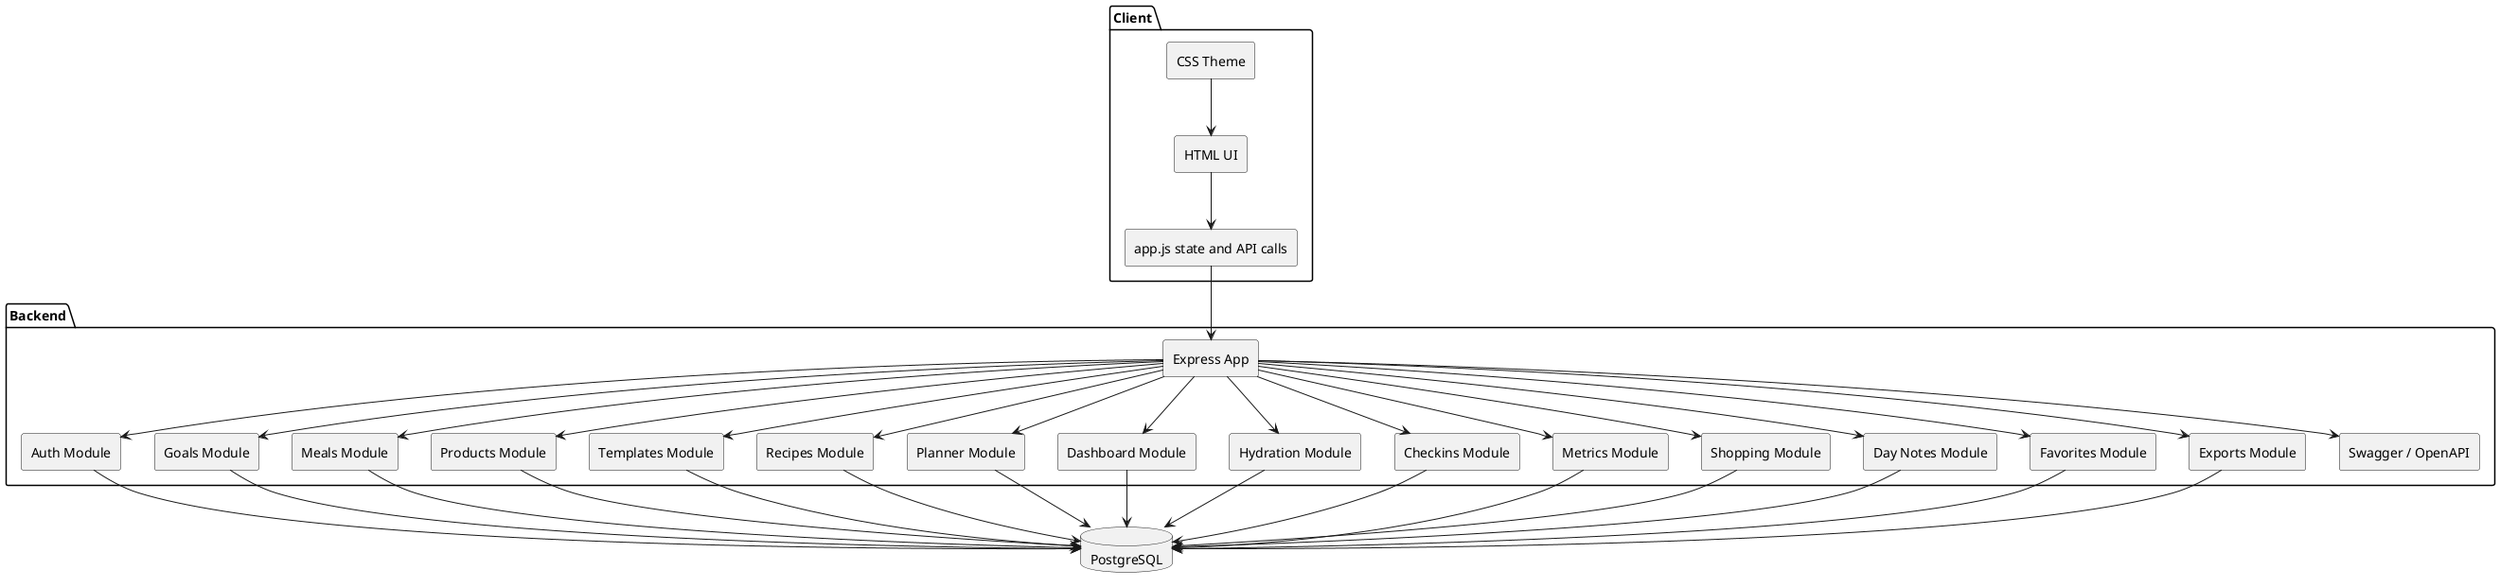
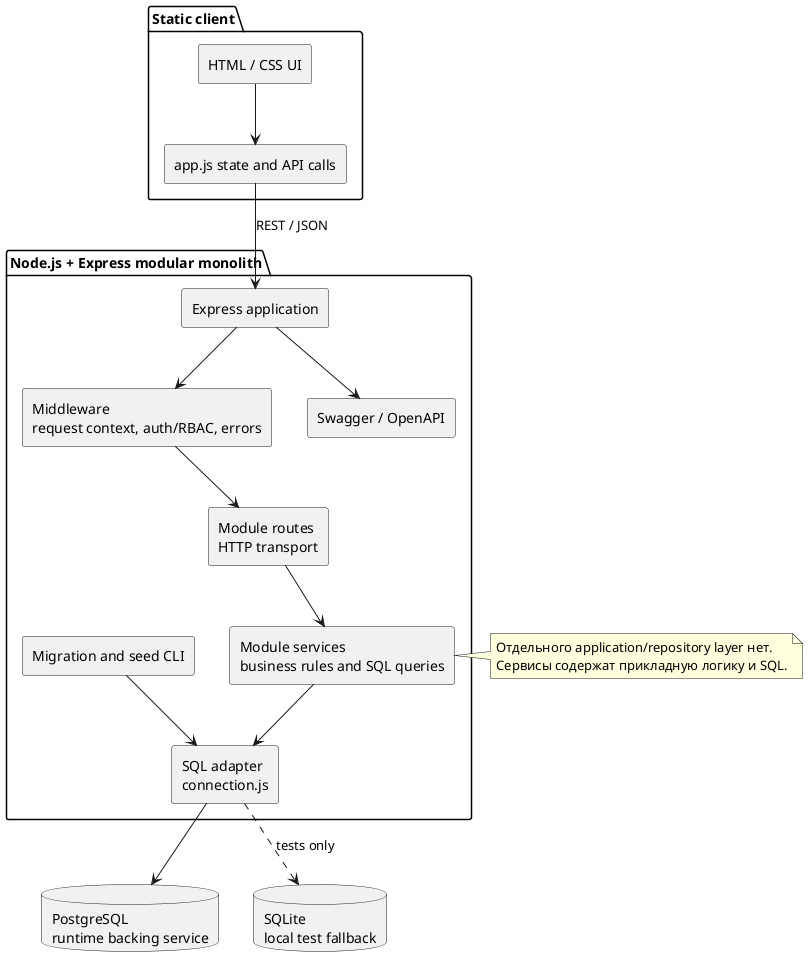
@startuml
skinparam componentStyle rectangle

- package "Client" {
-   [HTML UI]
-   [CSS Theme]
-   [app.js state and API calls]
+ package "Static client" {
+   [HTML / CSS UI] as UI
+   [app.js state and API calls] as ClientApp
}

- package "Backend" {
-   [Express App]
-   [Auth Module]
-   [Goals Module]
-   [Meals Module]
-   [Products Module]
-   [Templates Module]
-   [Recipes Module]
-   [Planner Module]
-   [Dashboard Module]
-   [Hydration Module]
-   [Checkins Module]
-   [Metrics Module]
-   [Shopping Module]
-   [Day Notes Module]
-   [Favorites Module]
-   [Exports Module]
-   [Swagger / OpenAPI]
+ package "Node.js + Express modular monolith" {
+   [Express application] as ExpressApp
+   [Middleware\nrequest context, auth/RBAC, errors] as Middleware
+   [Module routes\nHTTP transport] as Routes
+   [Module services\nbusiness rules and SQL queries] as Services
+   [SQL adapter\nconnection.js] as SqlAdapter
+   [Migration and seed CLI] as AdminCli
+   [Swagger / OpenAPI] as OpenApi
}

- database "PostgreSQL" as DB
+ database "PostgreSQL\nruntime backing service" as Postgres
+ database "SQLite\nlocal test fallback" as Sqlite

- [HTML UI] --> [app.js state and API calls]
- [CSS Theme] --> [HTML UI]
- [app.js state and API calls] --> [Express App]
+ UI --> ClientApp
+ ClientApp --> ExpressApp : REST / JSON
+ ExpressApp --> Middleware
+ Middleware --> Routes
+ Routes --> Services
+ Services --> SqlAdapter
+ AdminCli --> SqlAdapter
+ ExpressApp --> OpenApi
+ SqlAdapter --> Postgres
+ SqlAdapter ..> Sqlite : tests only

- [Express App] --> [Auth Module]
- [Express App] --> [Goals Module]
- [Express App] --> [Meals Module]
- [Express App] --> [Products Module]
- [Express App] --> [Templates Module]
- [Express App] --> [Recipes Module]
- [Express App] --> [Planner Module]
- [Express App] --> [Dashboard Module]
- [Express App] --> [Hydration Module]
- [Express App] --> [Checkins Module]
- [Express App] --> [Metrics Module]
- [Express App] --> [Shopping Module]
- [Express App] --> [Day Notes Module]
- [Express App] --> [Favorites Module]
- [Express App] --> [Exports Module]
- [Express App] --> [Swagger / OpenAPI]
- 
- [Auth Module] --> DB
- [Goals Module] --> DB
- [Meals Module] --> DB
- [Products Module] --> DB
- [Templates Module] --> DB
- [Recipes Module] --> DB
- [Planner Module] --> DB
- [Dashboard Module] --> DB
- [Hydration Module] --> DB
- [Checkins Module] --> DB
- [Metrics Module] --> DB
- [Shopping Module] --> DB
- [Day Notes Module] --> DB
- [Favorites Module] --> DB
- [Exports Module] --> DB
+ note right of Services
+   Отдельного application/repository layer нет.
+   Сервисы содержат прикладную логику и SQL.
+ end note
@enduml
